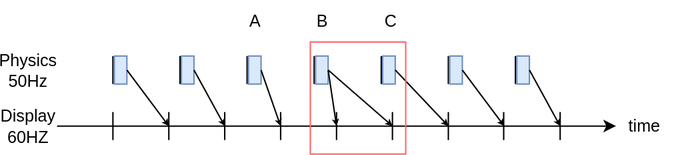
This is public/posts/timestep-and-frame-pacing/resources/Unity.svg from raylee9919/raylee9919.github.io, a draw.io export, as it was before one commit. Source tidied: cells renumbered, new cells last; positions are measured from the earlier drawing's top-left corner, leaving out a move shared by most shapes. Its diagram source:
```xml
<mxGraphModel>
  <root>
    <mxCell id="0" />
    <mxCell id="1" parent="0" />
    <mxCell id="2" style="endArrow=classic;html=1;rounded=0;" parent="1" edge="1">
      <mxGeometry relative="1" as="geometry">
        <mxPoint x="40" y="90" as="sourcePoint" />
        <mxPoint x="440" y="90" as="targetPoint" />
      </mxGeometry>
    </mxCell>
    <mxCell id="3" value="time" style="text;html=1;whiteSpace=wrap;strokeColor=none;fillColor=none;align=center;verticalAlign=middle;rounded=0;" parent="1" vertex="1">
      <mxGeometry x="441" y="80" width="39" height="20" as="geometry" />
    </mxCell>
    <mxCell id="4" style="endArrow=none;html=1;rounded=0;" parent="1" edge="1">
      <mxGeometry relative="1" as="geometry">
        <mxPoint x="80" y="100" as="sourcePoint" />
        <mxPoint x="80" y="80" as="targetPoint" />
      </mxGeometry>
    </mxCell>
    <mxCell id="5" style="endArrow=none;html=1;rounded=0;" parent="1" edge="1">
      <mxGeometry relative="1" as="geometry">
        <mxPoint x="120" y="100" as="sourcePoint" />
        <mxPoint x="120" y="80" as="targetPoint" />
      </mxGeometry>
    </mxCell>
    <mxCell id="6" style="endArrow=none;html=1;rounded=0;" parent="1" edge="1">
      <mxGeometry relative="1" as="geometry">
        <mxPoint x="160" y="100" as="sourcePoint" />
        <mxPoint x="160" y="80" as="targetPoint" />
      </mxGeometry>
    </mxCell>
    <mxCell id="7" style="endArrow=none;html=1;rounded=0;" parent="1" edge="1">
      <mxGeometry relative="1" as="geometry">
        <mxPoint x="200" y="100" as="sourcePoint" />
        <mxPoint x="200" y="80" as="targetPoint" />
      </mxGeometry>
    </mxCell>
    <mxCell id="8" style="endArrow=none;html=1;rounded=0;" parent="1" edge="1">
      <mxGeometry relative="1" as="geometry">
        <mxPoint x="240" y="100" as="sourcePoint" />
        <mxPoint x="240" y="80" as="targetPoint" />
      </mxGeometry>
    </mxCell>
    <mxCell id="9" style="endArrow=none;html=1;rounded=0;" parent="1" edge="1">
      <mxGeometry relative="1" as="geometry">
        <mxPoint x="280" y="100" as="sourcePoint" />
        <mxPoint x="280" y="80" as="targetPoint" />
      </mxGeometry>
    </mxCell>
    <mxCell id="10" style="endArrow=none;html=1;rounded=0;" parent="1" edge="1">
      <mxGeometry relative="1" as="geometry">
        <mxPoint x="320" y="100" as="sourcePoint" />
        <mxPoint x="320" y="80" as="targetPoint" />
      </mxGeometry>
    </mxCell>
    <mxCell id="11" style="endArrow=none;html=1;rounded=0;" parent="1" edge="1">
      <mxGeometry relative="1" as="geometry">
        <mxPoint x="80" y="60" as="sourcePoint" />
        <mxPoint x="80" y="40" as="targetPoint" />
      </mxGeometry>
    </mxCell>
    <mxCell id="12" style="endArrow=none;html=1;rounded=0;" parent="1" edge="1">
      <mxGeometry relative="1" as="geometry">
        <mxPoint x="128" y="60" as="sourcePoint" />
        <mxPoint x="128" y="40" as="targetPoint" />
      </mxGeometry>
    </mxCell>
    <mxCell id="13" style="endArrow=none;html=1;rounded=0;" parent="1" edge="1">
      <mxGeometry relative="1" as="geometry">
        <mxPoint x="176" y="60" as="sourcePoint" />
        <mxPoint x="176" y="40" as="targetPoint" />
      </mxGeometry>
    </mxCell>
    <mxCell id="14" style="endArrow=none;html=1;rounded=0;" parent="1" edge="1">
      <mxGeometry relative="1" as="geometry">
        <mxPoint x="224" y="60" as="sourcePoint" />
        <mxPoint x="224" y="40" as="targetPoint" />
      </mxGeometry>
    </mxCell>
    <mxCell id="15" style="endArrow=none;html=1;rounded=0;" parent="1" edge="1">
      <mxGeometry relative="1" as="geometry">
        <mxPoint x="272" y="60" as="sourcePoint" />
        <mxPoint x="272" y="40" as="targetPoint" />
      </mxGeometry>
    </mxCell>
    <mxCell id="16" style="endArrow=none;html=1;rounded=0;" parent="1" edge="1">
      <mxGeometry relative="1" as="geometry">
        <mxPoint x="320" y="60" as="sourcePoint" />
        <mxPoint x="320" y="40" as="targetPoint" />
      </mxGeometry>
    </mxCell>
    <mxCell id="17" style="endArrow=none;html=1;rounded=0;" parent="1" edge="1">
      <mxGeometry relative="1" as="geometry">
        <mxPoint x="368" y="60" as="sourcePoint" />
        <mxPoint x="368" y="40" as="targetPoint" />
      </mxGeometry>
    </mxCell>
    <mxCell id="18" style="endArrow=none;html=1;rounded=0;" parent="1" edge="1">
      <mxGeometry relative="1" as="geometry">
        <mxPoint x="359.6" y="100" as="sourcePoint" />
        <mxPoint x="359.6" y="80" as="targetPoint" />
      </mxGeometry>
    </mxCell>
    <mxCell id="19" style="endArrow=none;html=1;rounded=0;" parent="1" edge="1">
      <mxGeometry relative="1" as="geometry">
        <mxPoint x="400" y="100" as="sourcePoint" />
        <mxPoint x="400" y="80" as="targetPoint" />
      </mxGeometry>
    </mxCell>
    <mxCell id="20" value="Physics 50Hz" style="text;html=1;whiteSpace=wrap;strokeColor=none;fillColor=none;align=center;verticalAlign=middle;rounded=0;" parent="1" vertex="1">
      <mxGeometry y="40" width="39" height="20" as="geometry" />
    </mxCell>
    <mxCell id="21" value="Display&lt;br&gt;60HZ" style="text;html=1;whiteSpace=wrap;strokeColor=none;fillColor=none;align=center;verticalAlign=middle;rounded=0;" parent="1" vertex="1">
      <mxGeometry y="80" width="39" height="20" as="geometry" />
    </mxCell>
    <mxCell id="22" style="rounded=0;whiteSpace=wrap;html=1;fillColor=#dae8fc;strokeColor=#6c8ebf;" parent="1" vertex="1">
      <mxGeometry x="81" y="40" width="9" height="20" as="geometry" />
    </mxCell>
    <mxCell id="23" style="rounded=0;whiteSpace=wrap;html=1;fillColor=#dae8fc;strokeColor=#6c8ebf;" parent="1" vertex="1">
      <mxGeometry x="129" y="40" width="9" height="20" as="geometry" />
    </mxCell>
    <mxCell id="24" style="rounded=0;whiteSpace=wrap;html=1;fillColor=#dae8fc;strokeColor=#6c8ebf;" parent="1" vertex="1">
      <mxGeometry x="177" y="40" width="9" height="20" as="geometry" />
    </mxCell>
    <mxCell id="25" style="rounded=0;whiteSpace=wrap;html=1;fillColor=#dae8fc;strokeColor=#6c8ebf;" parent="1" vertex="1">
      <mxGeometry x="225" y="40" width="9" height="20" as="geometry" />
    </mxCell>
    <mxCell id="26" style="rounded=0;whiteSpace=wrap;html=1;fillColor=#dae8fc;strokeColor=#6c8ebf;" parent="1" vertex="1">
      <mxGeometry x="273" y="40" width="9" height="20" as="geometry" />
    </mxCell>
    <mxCell id="27" style="rounded=0;whiteSpace=wrap;html=1;fillColor=#dae8fc;strokeColor=#6c8ebf;" parent="1" vertex="1">
      <mxGeometry x="321" y="40" width="9" height="20" as="geometry" />
    </mxCell>
    <mxCell id="28" style="rounded=0;whiteSpace=wrap;html=1;fillColor=#dae8fc;strokeColor=#6c8ebf;" parent="1" vertex="1">
      <mxGeometry x="369" y="40" width="9" height="20" as="geometry" />
    </mxCell>
    <mxCell id="29" style="endArrow=classic;html=1;rounded=0;exitX=1;exitY=0.5;exitDx=0;exitDy=0;endSize=2;" parent="1" edge="1" source="22">
      <mxGeometry relative="1" as="geometry">
        <mxPoint x="120" y="90" as="targetPoint" />
      </mxGeometry>
    </mxCell>
    <mxCell id="30" style="endArrow=classic;html=1;rounded=0;endSize=2;exitX=1;exitY=0.5;exitDx=0;exitDy=0;" parent="1" edge="1" source="23">
      <mxGeometry relative="1" as="geometry">
        <mxPoint x="160" y="90" as="targetPoint" />
      </mxGeometry>
    </mxCell>
    <mxCell id="31" style="endArrow=classic;html=1;rounded=0;endSize=2;exitX=1;exitY=0.5;exitDx=0;exitDy=0;" parent="1" edge="1" source="24">
      <mxGeometry relative="1" as="geometry">
        <mxPoint x="200" y="90" as="targetPoint" />
      </mxGeometry>
    </mxCell>
    <mxCell id="32" style="endArrow=classic;html=1;rounded=0;endSize=2;exitX=1;exitY=0.5;exitDx=0;exitDy=0;" parent="1" edge="1" source="25">
      <mxGeometry relative="1" as="geometry">
        <mxPoint x="240" y="90" as="targetPoint" />
      </mxGeometry>
    </mxCell>
    <mxCell id="33" style="endArrow=classic;html=1;rounded=0;endSize=2;exitX=1;exitY=0.5;exitDx=0;exitDy=0;" parent="1" edge="1" source="26">
      <mxGeometry relative="1" as="geometry">
        <mxPoint x="320" y="90" as="targetPoint" />
      </mxGeometry>
    </mxCell>
    <mxCell id="34" style="endArrow=classic;html=1;rounded=0;endSize=2;exitX=1;exitY=0.5;exitDx=0;exitDy=0;" parent="1" edge="1" source="27">
      <mxGeometry relative="1" as="geometry">
        <mxPoint x="360" y="90" as="targetPoint" />
      </mxGeometry>
    </mxCell>
    <mxCell id="35" style="endArrow=classic;html=1;rounded=0;endSize=2;exitX=1;exitY=0.5;exitDx=0;exitDy=0;" parent="1" edge="1" source="25">
      <mxGeometry relative="1" as="geometry">
        <mxPoint x="280" y="90" as="targetPoint" />
      </mxGeometry>
    </mxCell>
    <mxCell id="36" style="endArrow=classic;html=1;rounded=0;endSize=2;exitX=1;exitY=0.5;exitDx=0;exitDy=0;" parent="1" edge="1" source="28">
      <mxGeometry relative="1" as="geometry">
        <mxPoint x="400" y="90" as="targetPoint" />
      </mxGeometry>
    </mxCell>
    <mxCell id="37" style="rounded=0;whiteSpace=wrap;html=1;fillColor=none;strokeColor=#FF6666;" parent="1" vertex="1">
      <mxGeometry x="221.2" y="30" width="68.2" height="80" as="geometry" />
    </mxCell>
    <mxCell id="38" value="A" style="text;html=1;whiteSpace=wrap;strokeColor=none;fillColor=none;align=center;verticalAlign=middle;rounded=0;" parent="1" vertex="1">
      <mxGeometry x="151.5" width="60" height="30" as="geometry" />
    </mxCell>
    <mxCell id="39" value="B" style="text;html=1;whiteSpace=wrap;strokeColor=none;fillColor=none;align=center;verticalAlign=middle;rounded=0;" parent="1" vertex="1">
      <mxGeometry x="199.5" width="60" height="30" as="geometry" />
    </mxCell>
    <mxCell id="40" value="C" style="text;html=1;whiteSpace=wrap;strokeColor=none;fillColor=none;align=center;verticalAlign=middle;rounded=0;" parent="1" vertex="1">
      <mxGeometry x="249" width="60" height="30" as="geometry" />
    </mxCell>
  </root>
</mxGraphModel>
```
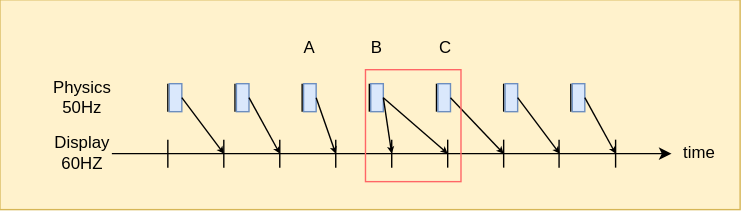
After the commit.

Change to the diagram source:
```diff
@@ -2,61 +2,58 @@
   <root>
     <mxCell id="0" />
     <mxCell id="1" parent="0" />
-    <mxCell id="2" style="endArrow=classic;html=1;rounded=0;" parent="1" edge="1">
-      <mxGeometry relative="1" as="geometry">
-        <mxPoint x="40" y="90" as="sourcePoint" />
-        <mxPoint x="440" y="90" as="targetPoint" />
-      </mxGeometry>
+    <mxCell id="2" style="rounded=0;whiteSpace=wrap;html=1;fillColor=#fff2cc;strokeColor=#d6b656;" parent="1" vertex="1">
+      <mxGeometry x="8" y="-20" width="529" height="150" as="geometry" />
     </mxCell>
-    <mxCell id="3" value="time" style="text;html=1;whiteSpace=wrap;strokeColor=none;fillColor=none;align=center;verticalAlign=middle;rounded=0;" parent="1" vertex="1">
-      <mxGeometry x="441" y="80" width="39" height="20" as="geometry" />
+    <mxCell id="3" style="endArrow=classic;html=1;rounded=0;" parent="1" edge="1">
+      <mxGeometry relative="1" as="geometry">
+        <mxPoint x="88" y="90" as="sourcePoint" />
+        <mxPoint x="488" y="90" as="targetPoint" />
+      </mxGeometry>
     </mxCell>
-    <mxCell id="4" style="endArrow=none;html=1;rounded=0;" parent="1" edge="1">
-      <mxGeometry relative="1" as="geometry">
-        <mxPoint x="80" y="100" as="sourcePoint" />
-        <mxPoint x="80" y="80" as="targetPoint" />
-      </mxGeometry>
+    <mxCell id="4" value="time" style="text;html=1;whiteSpace=wrap;strokeColor=none;fillColor=none;align=center;verticalAlign=middle;rounded=0;" parent="1" vertex="1">
+      <mxGeometry x="489" y="80" width="39" height="20" as="geometry" />
     </mxCell>
     <mxCell id="5" style="endArrow=none;html=1;rounded=0;" parent="1" edge="1">
       <mxGeometry relative="1" as="geometry">
-        <mxPoint x="120" y="100" as="sourcePoint" />
-        <mxPoint x="120" y="80" as="targetPoint" />
+        <mxPoint x="128" y="100" as="sourcePoint" />
+        <mxPoint x="128" y="80" as="targetPoint" />
       </mxGeometry>
     </mxCell>
     <mxCell id="6" style="endArrow=none;html=1;rounded=0;" parent="1" edge="1">
       <mxGeometry relative="1" as="geometry">
-        <mxPoint x="160" y="100" as="sourcePoint" />
-        <mxPoint x="160" y="80" as="targetPoint" />
+        <mxPoint x="168" y="100" as="sourcePoint" />
+        <mxPoint x="168" y="80" as="targetPoint" />
       </mxGeometry>
     </mxCell>
     <mxCell id="7" style="endArrow=none;html=1;rounded=0;" parent="1" edge="1">
       <mxGeometry relative="1" as="geometry">
-        <mxPoint x="200" y="100" as="sourcePoint" />
-        <mxPoint x="200" y="80" as="targetPoint" />
+        <mxPoint x="208" y="100" as="sourcePoint" />
+        <mxPoint x="208" y="80" as="targetPoint" />
       </mxGeometry>
     </mxCell>
     <mxCell id="8" style="endArrow=none;html=1;rounded=0;" parent="1" edge="1">
       <mxGeometry relative="1" as="geometry">
-        <mxPoint x="240" y="100" as="sourcePoint" />
-        <mxPoint x="240" y="80" as="targetPoint" />
+        <mxPoint x="248" y="100" as="sourcePoint" />
+        <mxPoint x="248" y="80" as="targetPoint" />
       </mxGeometry>
     </mxCell>
     <mxCell id="9" style="endArrow=none;html=1;rounded=0;" parent="1" edge="1">
       <mxGeometry relative="1" as="geometry">
-        <mxPoint x="280" y="100" as="sourcePoint" />
-        <mxPoint x="280" y="80" as="targetPoint" />
+        <mxPoint x="288" y="100" as="sourcePoint" />
+        <mxPoint x="288" y="80" as="targetPoint" />
       </mxGeometry>
     </mxCell>
     <mxCell id="10" style="endArrow=none;html=1;rounded=0;" parent="1" edge="1">
       <mxGeometry relative="1" as="geometry">
-        <mxPoint x="320" y="100" as="sourcePoint" />
-        <mxPoint x="320" y="80" as="targetPoint" />
+        <mxPoint x="328" y="100" as="sourcePoint" />
+        <mxPoint x="328" y="80" as="targetPoint" />
       </mxGeometry>
     </mxCell>
     <mxCell id="11" style="endArrow=none;html=1;rounded=0;" parent="1" edge="1">
       <mxGeometry relative="1" as="geometry">
-        <mxPoint x="80" y="60" as="sourcePoint" />
-        <mxPoint x="80" y="40" as="targetPoint" />
+        <mxPoint x="368" y="100" as="sourcePoint" />
+        <mxPoint x="368" y="80" as="targetPoint" />
       </mxGeometry>
     </mxCell>
     <mxCell id="12" style="endArrow=none;html=1;rounded=0;" parent="1" edge="1">
@@ -97,24 +94,27 @@
     </mxCell>
     <mxCell id="18" style="endArrow=none;html=1;rounded=0;" parent="1" edge="1">
       <mxGeometry relative="1" as="geometry">
-        <mxPoint x="359.6" y="100" as="sourcePoint" />
-        <mxPoint x="359.6" y="80" as="targetPoint" />
+        <mxPoint x="416" y="60" as="sourcePoint" />
+        <mxPoint x="416" y="40" as="targetPoint" />
       </mxGeometry>
     </mxCell>
     <mxCell id="19" style="endArrow=none;html=1;rounded=0;" parent="1" edge="1">
       <mxGeometry relative="1" as="geometry">
-        <mxPoint x="400" y="100" as="sourcePoint" />
-        <mxPoint x="400" y="80" as="targetPoint" />
+        <mxPoint x="407.6" y="100" as="sourcePoint" />
+        <mxPoint x="407.6" y="80" as="targetPoint" />
       </mxGeometry>
     </mxCell>
-    <mxCell id="20" value="Physics 50Hz" style="text;html=1;whiteSpace=wrap;strokeColor=none;fillColor=none;align=center;verticalAlign=middle;rounded=0;" parent="1" vertex="1">
-      <mxGeometry y="40" width="39" height="20" as="geometry" />
+    <mxCell id="20" style="endArrow=none;html=1;rounded=0;" parent="1" edge="1">
+      <mxGeometry relative="1" as="geometry">
+        <mxPoint x="448" y="100" as="sourcePoint" />
+        <mxPoint x="448" y="80" as="targetPoint" />
+      </mxGeometry>
     </mxCell>
-    <mxCell id="21" value="Display&lt;br&gt;60HZ" style="text;html=1;whiteSpace=wrap;strokeColor=none;fillColor=none;align=center;verticalAlign=middle;rounded=0;" parent="1" vertex="1">
-      <mxGeometry y="80" width="39" height="20" as="geometry" />
+    <mxCell id="21" value="Physics 50Hz" style="text;html=1;whiteSpace=wrap;strokeColor=none;fillColor=none;align=center;verticalAlign=middle;rounded=0;" parent="1" vertex="1">
+      <mxGeometry x="48" y="40" width="39" height="20" as="geometry" />
     </mxCell>
-    <mxCell id="22" style="rounded=0;whiteSpace=wrap;html=1;fillColor=#dae8fc;strokeColor=#6c8ebf;" parent="1" vertex="1">
-      <mxGeometry x="81" y="40" width="9" height="20" as="geometry" />
+    <mxCell id="22" value="Display&lt;br&gt;60HZ" style="text;html=1;whiteSpace=wrap;strokeColor=none;fillColor=none;align=center;verticalAlign=middle;rounded=0;" parent="1" vertex="1">
+      <mxGeometry x="48" y="80" width="39" height="20" as="geometry" />
     </mxCell>
     <mxCell id="23" style="rounded=0;whiteSpace=wrap;html=1;fillColor=#dae8fc;strokeColor=#6c8ebf;" parent="1" vertex="1">
       <mxGeometry x="129" y="40" width="9" height="20" as="geometry" />
@@ -134,57 +134,60 @@
     <mxCell id="28" style="rounded=0;whiteSpace=wrap;html=1;fillColor=#dae8fc;strokeColor=#6c8ebf;" parent="1" vertex="1">
       <mxGeometry x="369" y="40" width="9" height="20" as="geometry" />
     </mxCell>
-    <mxCell id="29" style="endArrow=classic;html=1;rounded=0;exitX=1;exitY=0.5;exitDx=0;exitDy=0;endSize=2;" parent="1" edge="1" source="22">
-      <mxGeometry relative="1" as="geometry">
-        <mxPoint x="120" y="90" as="targetPoint" />
-      </mxGeometry>
+    <mxCell id="29" style="rounded=0;whiteSpace=wrap;html=1;fillColor=#dae8fc;strokeColor=#6c8ebf;" parent="1" vertex="1">
+      <mxGeometry x="417" y="40" width="9" height="20" as="geometry" />
     </mxCell>
-    <mxCell id="30" style="endArrow=classic;html=1;rounded=0;endSize=2;exitX=1;exitY=0.5;exitDx=0;exitDy=0;" parent="1" edge="1" source="23">
+    <mxCell id="30" style="endArrow=classic;html=1;rounded=0;exitX=1;exitY=0.5;exitDx=0;exitDy=0;endSize=2;" parent="1" edge="1" source="23">
       <mxGeometry relative="1" as="geometry">
-        <mxPoint x="160" y="90" as="targetPoint" />
+        <mxPoint x="168" y="90" as="targetPoint" />
       </mxGeometry>
     </mxCell>
     <mxCell id="31" style="endArrow=classic;html=1;rounded=0;endSize=2;exitX=1;exitY=0.5;exitDx=0;exitDy=0;" parent="1" edge="1" source="24">
       <mxGeometry relative="1" as="geometry">
-        <mxPoint x="200" y="90" as="targetPoint" />
+        <mxPoint x="208" y="90" as="targetPoint" />
       </mxGeometry>
     </mxCell>
     <mxCell id="32" style="endArrow=classic;html=1;rounded=0;endSize=2;exitX=1;exitY=0.5;exitDx=0;exitDy=0;" parent="1" edge="1" source="25">
       <mxGeometry relative="1" as="geometry">
-        <mxPoint x="240" y="90" as="targetPoint" />
+        <mxPoint x="248" y="90" as="targetPoint" />
       </mxGeometry>
     </mxCell>
     <mxCell id="33" style="endArrow=classic;html=1;rounded=0;endSize=2;exitX=1;exitY=0.5;exitDx=0;exitDy=0;" parent="1" edge="1" source="26">
       <mxGeometry relative="1" as="geometry">
-        <mxPoint x="320" y="90" as="targetPoint" />
+        <mxPoint x="288" y="90" as="targetPoint" />
       </mxGeometry>
     </mxCell>
     <mxCell id="34" style="endArrow=classic;html=1;rounded=0;endSize=2;exitX=1;exitY=0.5;exitDx=0;exitDy=0;" parent="1" edge="1" source="27">
       <mxGeometry relative="1" as="geometry">
-        <mxPoint x="360" y="90" as="targetPoint" />
+        <mxPoint x="368" y="90" as="targetPoint" />
       </mxGeometry>
     </mxCell>
-    <mxCell id="35" style="endArrow=classic;html=1;rounded=0;endSize=2;exitX=1;exitY=0.5;exitDx=0;exitDy=0;" parent="1" edge="1" source="25">
+    <mxCell id="35" style="endArrow=classic;html=1;rounded=0;endSize=2;exitX=1;exitY=0.5;exitDx=0;exitDy=0;" parent="1" edge="1" source="28">
       <mxGeometry relative="1" as="geometry">
-        <mxPoint x="280" y="90" as="targetPoint" />
+        <mxPoint x="408" y="90" as="targetPoint" />
       </mxGeometry>
     </mxCell>
-    <mxCell id="36" style="endArrow=classic;html=1;rounded=0;endSize=2;exitX=1;exitY=0.5;exitDx=0;exitDy=0;" parent="1" edge="1" source="28">
+    <mxCell id="36" style="endArrow=classic;html=1;rounded=0;endSize=2;exitX=1;exitY=0.5;exitDx=0;exitDy=0;" parent="1" edge="1" source="26">
       <mxGeometry relative="1" as="geometry">
-        <mxPoint x="400" y="90" as="targetPoint" />
+        <mxPoint x="328" y="90" as="targetPoint" />
       </mxGeometry>
     </mxCell>
-    <mxCell id="37" style="rounded=0;whiteSpace=wrap;html=1;fillColor=none;strokeColor=#FF6666;" parent="1" vertex="1">
-      <mxGeometry x="221.2" y="30" width="68.2" height="80" as="geometry" />
+    <mxCell id="37" style="endArrow=classic;html=1;rounded=0;endSize=2;exitX=1;exitY=0.5;exitDx=0;exitDy=0;" parent="1" edge="1" source="29">
+      <mxGeometry relative="1" as="geometry">
+        <mxPoint x="448" y="90" as="targetPoint" />
+      </mxGeometry>
     </mxCell>
-    <mxCell id="38" value="A" style="text;html=1;whiteSpace=wrap;strokeColor=none;fillColor=none;align=center;verticalAlign=middle;rounded=0;" parent="1" vertex="1">
-      <mxGeometry x="151.5" width="60" height="30" as="geometry" />
+    <mxCell id="38" style="rounded=0;whiteSpace=wrap;html=1;fillColor=none;strokeColor=#FF6666;" parent="1" vertex="1">
+      <mxGeometry x="269.2" y="30" width="68.2" height="80" as="geometry" />
     </mxCell>
-    <mxCell id="39" value="B" style="text;html=1;whiteSpace=wrap;strokeColor=none;fillColor=none;align=center;verticalAlign=middle;rounded=0;" parent="1" vertex="1">
+    <mxCell id="39" value="A" style="text;html=1;whiteSpace=wrap;strokeColor=none;fillColor=none;align=center;verticalAlign=middle;rounded=0;" parent="1" vertex="1">
       <mxGeometry x="199.5" width="60" height="30" as="geometry" />
     </mxCell>
-    <mxCell id="40" value="C" style="text;html=1;whiteSpace=wrap;strokeColor=none;fillColor=none;align=center;verticalAlign=middle;rounded=0;" parent="1" vertex="1">
-      <mxGeometry x="249" width="60" height="30" as="geometry" />
+    <mxCell id="40" value="B" style="text;html=1;whiteSpace=wrap;strokeColor=none;fillColor=none;align=center;verticalAlign=middle;rounded=0;" parent="1" vertex="1">
+      <mxGeometry x="247.5" width="60" height="30" as="geometry" />
     </mxCell>
+    <mxCell id="41" value="C" style="text;html=1;whiteSpace=wrap;strokeColor=none;fillColor=none;align=center;verticalAlign=middle;rounded=0;" parent="1" vertex="1">
+      <mxGeometry x="297" width="60" height="30" as="geometry" />
+    </mxCell>
   </root>
 </mxGraphModel>
```
